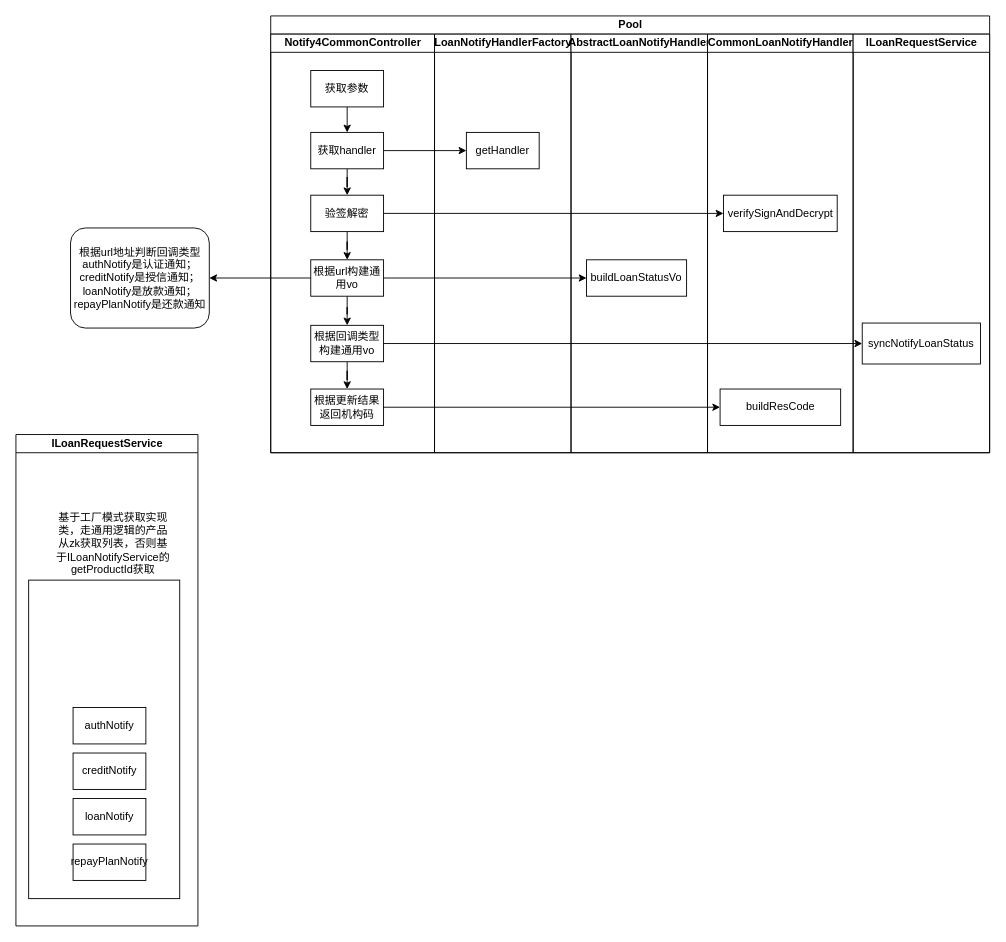
This is 未命名绘图.drawio from 789489498/kafka-trunk, a draw.io file, before an edit. Source tidied: cells renumbered, new cells numbered last; positions are measured from the earlier drawing's top-left corner, leaving out a move shared by most shapes. Both pictures are drawn from the tidied source at 91%, with x=0, y=0 at pixel (15, 15).
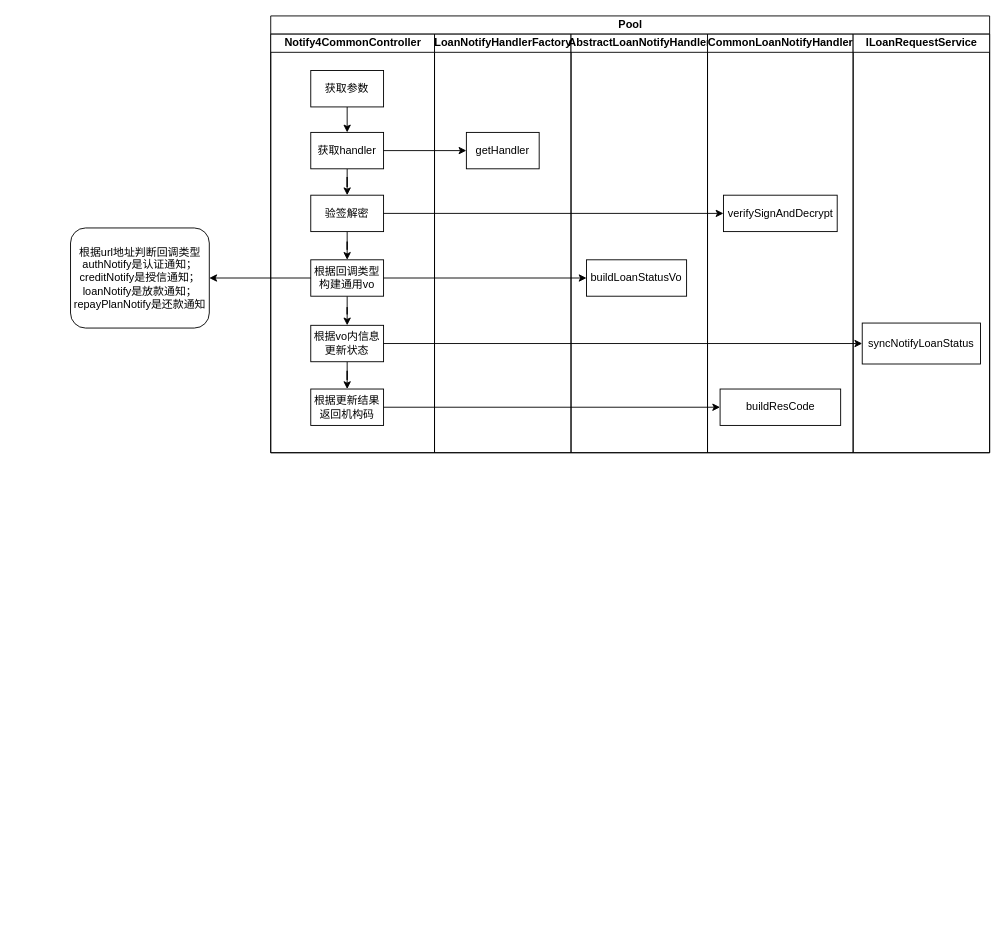
Above is the later version.

Commit message (it also covers changes not shown here):
更新未命名绘图.drawio

The change refers to these unchanged cells:
```xml
<mxCell id="10" value="&lt;div&gt;Notify4CommonController&lt;/div&gt;" style="swimlane;startSize=20;html=1;" parent="9" vertex="1">
  <mxGeometry y="20" width="180" height="460" as="geometry" />
</mxCell>
```

Change to the diagram source:
```diff
@@
-    <mxCell id="2" value="ILoanRequestService" style="swimlane;startSize=20;html=1;" parent="1" vertex="1">
-      <mxGeometry y="460" width="200" height="540" as="geometry" />
-    </mxCell>
-    <mxCell id="3" style="rounded=0;whiteSpace=wrap;html=1;" parent="2" vertex="1">
-      <mxGeometry x="14" y="160" width="166" height="350" as="geometry" />
-    </mxCell>
-    <mxCell id="4" value="基于工厂模式获取实现类，走通用逻辑的产品从zk获取列表，否则基于ILoanNotifyService的getProductId获取" style="text;html=1;strokeColor=none;fillColor=none;align=center;verticalAlign=middle;whiteSpace=wrap;rounded=0;" parent="2" vertex="1">
-      <mxGeometry x="41.5" y="79" width="130" height="81.5" as="geometry" />
-    </mxCell>
-    <mxCell id="5" value="authNotify" style="rounded=0;whiteSpace=wrap;html=1;" parent="2" vertex="1">
-      <mxGeometry x="62.8" y="300" width="80" height="40" as="geometry" />
-    </mxCell>
-    <mxCell id="6" value="creditNotify" style="rounded=0;whiteSpace=wrap;html=1;" parent="2" vertex="1">
-      <mxGeometry x="62.8" y="350" width="80" height="40" as="geometry" />
-    </mxCell>
-    <mxCell id="7" value="loanNotify" style="rounded=0;whiteSpace=wrap;html=1;" parent="2" vertex="1">
-      <mxGeometry x="62.8" y="400" width="80" height="40" as="geometry" />
-    </mxCell>
-    <mxCell id="8" value="repayPlanNotify" style="rounded=0;whiteSpace=wrap;html=1;" parent="2" vertex="1">
-      <mxGeometry x="62.8" y="450" width="80" height="40" as="geometry" />
-    </mxCell>
@@
-    <mxCell id="16" value="根据url构建通用vo" style="rounded=0;whiteSpace=wrap;html=1;" parent="10" vertex="1">
+    <mxCell id="16" value="根据回调类型构建通用vo" style="rounded=0;whiteSpace=wrap;html=1;" parent="10" vertex="1">
       <mxGeometry x="44" y="248" width="80" height="40" as="geometry" />
     </mxCell>
@@
-    <mxCell id="20" value="根据回调类型构建通用vo" style="rounded=0;whiteSpace=wrap;html=1;" parent="10" vertex="1">
+    <mxCell id="20" value="根据vo内信息更新状态" style="rounded=0;whiteSpace=wrap;html=1;" parent="10" vertex="1">
       <mxGeometry x="44" y="320" width="80" height="40" as="geometry" />
     </mxCell>
```
